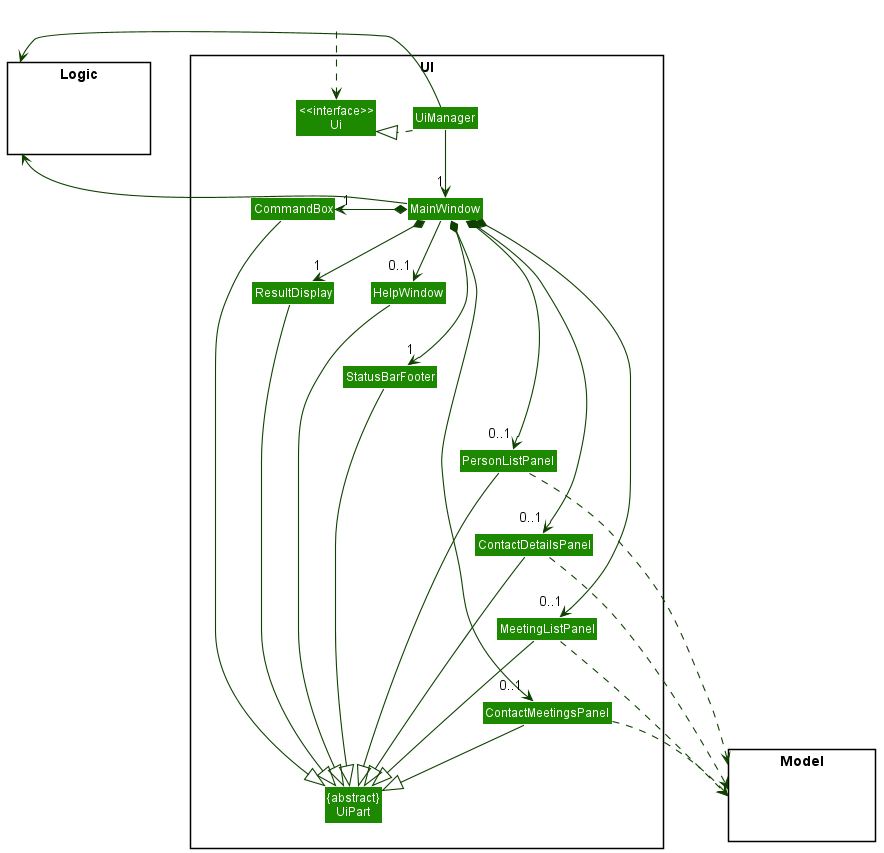
This is docs/images/UiClassDiagram.png from tonishka/tp, a PlantUML export, as it was before one commit.
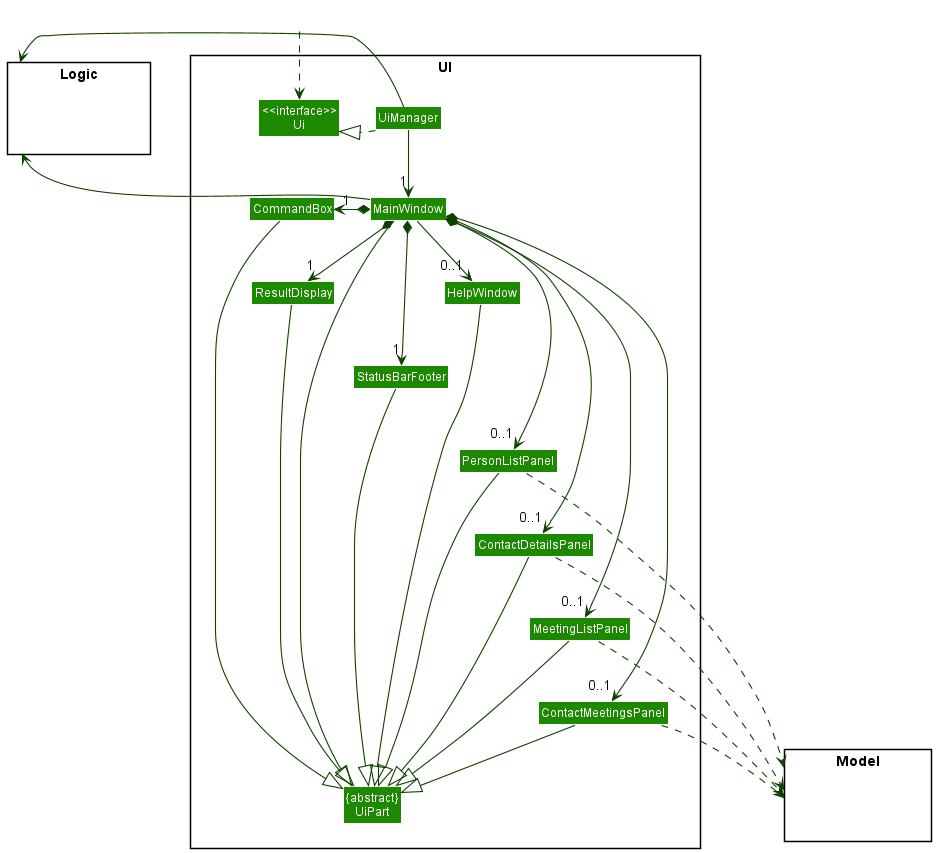
The same diagram one commit later.

Commit message:
Update UI component section and add object diagrams to explain different pages

Change to the diagram source:
```diff
@@ -49,6 +49,7 @@
 ContactMeetingsPanel --|> UiPart
 StatusBarFooter --|> UiPart
 HelpWindow --|> UiPart
+MainWindow --|> UiPart
 
 PersonListPanel ..> Model
 MeetingListPanel ..> Model
@@ -68,4 +69,6 @@
 PersonListPanel -[hidden]down- ContactDetailsPanel
 ContactDetailsPanel -[hidden]down- MeetingListPanel
 MeetingListPanel -[hidden]down- ContactMeetingsPanel
+
+MainWindow -[hidden]-|> UiPart
 @enduml
```
